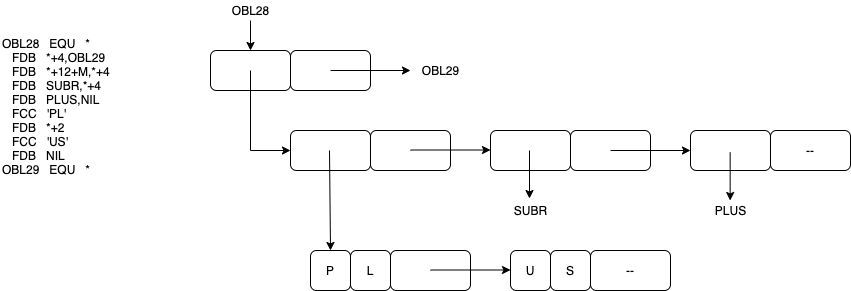
guitarvydas/guitarvydas.github.io keeps this draw.io diagram as assets/2021-08-11-PLUS-Cell Diagram.png. Above is the earlier version. Source tidied: cells renumbered, new cells last; positions are measured from the earlier drawing's top-left corner, leaving out a move shared by most shapes. Its diagram source:
```xml
<mxGraphModel>
  <root>
    <mxCell id="0" />
    <mxCell id="1" parent="0" />
    <mxCell id="2" style="rounded=1;whiteSpace=wrap;html=1;" parent="1" vertex="1">
      <mxGeometry x="210" y="50" width="80" height="40" as="geometry" />
    </mxCell>
    <mxCell id="3" style="rounded=1;whiteSpace=wrap;html=1;" parent="1" vertex="1">
      <mxGeometry x="290" y="50" width="80" height="40" as="geometry" />
    </mxCell>
    <mxCell id="4" value="OBL28   EQU   *&#10;   FDB   *+4,OBL29&#10;   FDB   *+12+M,*+4&#10;   FDB   SUBR,*+4&#10;   FDB   PLUS,NIL&#10;   FCC   'PL'&#10;   FDB   *+2&#10;   FCC   'US'&#10;   FDB   NIL&#10;OBL29   EQU   *" style="text;whiteSpace=wrap;html=1;" parent="1" vertex="1">
      <mxGeometry y="30" width="130" height="160" as="geometry" />
    </mxCell>
    <mxCell id="5" style="edgeStyle=orthogonalEdgeStyle;rounded=0;jettySize=auto;html=1;exitX=0.5;exitY=0.5;exitDx=0;exitDy=0;exitPerimeter=0;entryX=0;entryY=0.5;entryDx=0;entryDy=0;" parent="1" edge="1" source="2" target="21">
      <mxGeometry relative="1" as="geometry">
        <Array as="points">
          <mxPoint x="250" y="150" />
        </Array>
      </mxGeometry>
    </mxCell>
    <mxCell id="6" style="edgeStyle=orthogonalEdgeStyle;rounded=0;jettySize=auto;html=1;exitX=0.5;exitY=0.5;exitDx=0;exitDy=0;exitPerimeter=0;" parent="1" edge="1" source="3">
      <mxGeometry relative="1" as="geometry">
        <mxPoint x="410" y="70" as="targetPoint" />
      </mxGeometry>
    </mxCell>
    <mxCell id="7" value="P" style="rounded=1;whiteSpace=wrap;html=1;" parent="1" vertex="1">
      <mxGeometry x="310" y="250" width="40" height="40" as="geometry" />
    </mxCell>
    <mxCell id="8" style="rounded=1;whiteSpace=wrap;html=1;" parent="1" vertex="1">
      <mxGeometry x="390" y="250" width="80" height="40" as="geometry" />
    </mxCell>
    <mxCell id="9" style="rounded=1;whiteSpace=wrap;html=1;" parent="1" vertex="1">
      <mxGeometry x="490" y="130" width="80" height="40" as="geometry" />
    </mxCell>
    <mxCell id="10" style="rounded=1;whiteSpace=wrap;html=1;" parent="1" vertex="1">
      <mxGeometry x="570" y="130" width="80" height="40" as="geometry" />
    </mxCell>
    <mxCell id="11" value="OBL29" style="text;html=1;align=center;verticalAlign=middle;strokeColor=none;" parent="1" vertex="1">
      <mxGeometry x="415" y="60" width="50" height="20" as="geometry" />
    </mxCell>
    <mxCell id="12" style="edgeStyle=orthogonalEdgeStyle;rounded=0;jettySize=auto;html=1;" parent="1" edge="1" source="13" target="2">
      <mxGeometry relative="1" as="geometry" />
    </mxCell>
    <mxCell id="13" value="OBL28" style="text;html=1;align=center;verticalAlign=middle;points=[];strokeColor=none;" parent="1" vertex="1">
      <mxGeometry x="225" width="50" height="20" as="geometry" />
    </mxCell>
    <mxCell id="14" style="rounded=1;whiteSpace=wrap;html=1;" parent="1" vertex="1">
      <mxGeometry x="690" y="130" width="80" height="40" as="geometry" />
    </mxCell>
    <mxCell id="15" value="--" style="rounded=1;whiteSpace=wrap;html=1;" parent="1" vertex="1">
      <mxGeometry x="770" y="130" width="80" height="40" as="geometry" />
    </mxCell>
    <mxCell id="16" style="endArrow=classic;html=1;entryX=0;entryY=0.5;entryDx=0;entryDy=0;exitX=0.5;exitY=0.5;exitDx=0;exitDy=0;exitPerimeter=0;" parent="1" edge="1" source="10" target="14">
      <mxGeometry relative="1" as="geometry" />
    </mxCell>
    <mxCell id="17" value="SUBR" style="text;html=1;align=center;verticalAlign=middle;points=[];strokeColor=none;" parent="1" vertex="1">
      <mxGeometry x="505" y="200" width="50" height="20" as="geometry" />
    </mxCell>
    <mxCell id="18" value="PLUS" style="text;html=1;align=center;verticalAlign=middle;strokeColor=none;" parent="1" vertex="1">
      <mxGeometry x="705" y="200" width="50" height="20" as="geometry" />
    </mxCell>
    <mxCell id="19" style="endArrow=classic;html=1;entryX=0.48;entryY=-0.1;entryDx=0;entryDy=0;entryPerimeter=0;" parent="1" edge="1" target="17">
      <mxGeometry relative="1" as="geometry">
        <mxPoint x="529" y="150" as="sourcePoint" />
      </mxGeometry>
    </mxCell>
    <mxCell id="20" style="endArrow=classic;html=1;entryX=0.48;entryY=-0.1;entryDx=0;entryDy=0;entryPerimeter=0;" parent="1" edge="1">
      <mxGeometry relative="1" as="geometry">
        <mxPoint x="729.7" y="152" as="sourcePoint" />
        <mxPoint x="729.7" y="200" as="targetPoint" />
      </mxGeometry>
    </mxCell>
    <mxCell id="21" style="rounded=1;whiteSpace=wrap;html=1;" parent="1" vertex="1">
      <mxGeometry x="290" y="130" width="80" height="40" as="geometry" />
    </mxCell>
    <mxCell id="22" style="rounded=1;whiteSpace=wrap;html=1;" parent="1" vertex="1">
      <mxGeometry x="370" y="130" width="80" height="40" as="geometry" />
    </mxCell>
    <mxCell id="23" style="endArrow=classic;html=1;entryX=0.5;entryY=0;entryDx=0;entryDy=0;" parent="1" edge="1" target="7">
      <mxGeometry relative="1" as="geometry">
        <mxPoint x="329" y="150" as="sourcePoint" />
      </mxGeometry>
    </mxCell>
    <mxCell id="24" style="endArrow=classic;html=1;entryX=0;entryY=0.5;entryDx=0;entryDy=0;exitX=0.5;exitY=0.5;exitDx=0;exitDy=0;exitPerimeter=0;" parent="1" edge="1">
      <mxGeometry relative="1" as="geometry">
        <mxPoint x="410" y="149.5" as="sourcePoint" />
        <mxPoint x="490" y="149.5" as="targetPoint" />
      </mxGeometry>
    </mxCell>
    <mxCell id="25" value="L" style="rounded=1;whiteSpace=wrap;html=1;" parent="1" vertex="1">
      <mxGeometry x="350" y="250" width="40" height="40" as="geometry" />
    </mxCell>
    <mxCell id="26" value="U" style="rounded=1;whiteSpace=wrap;html=1;" parent="1" vertex="1">
      <mxGeometry x="510" y="250" width="40" height="40" as="geometry" />
    </mxCell>
    <mxCell id="27" value="--" style="rounded=1;whiteSpace=wrap;html=1;" parent="1" vertex="1">
      <mxGeometry x="590" y="250" width="80" height="40" as="geometry" />
    </mxCell>
    <mxCell id="28" value="S" style="rounded=1;whiteSpace=wrap;html=1;" parent="1" vertex="1">
      <mxGeometry x="550" y="250" width="40" height="40" as="geometry" />
    </mxCell>
    <mxCell id="29" style="endArrow=classic;html=1;entryX=0;entryY=0.5;entryDx=0;entryDy=0;exitX=0.5;exitY=0.5;exitDx=0;exitDy=0;exitPerimeter=0;" parent="1" edge="1">
      <mxGeometry relative="1" as="geometry">
        <mxPoint x="430" y="269.5" as="sourcePoint" />
        <mxPoint x="510" y="269.5" as="targetPoint" />
      </mxGeometry>
    </mxCell>
  </root>
</mxGraphModel>
```
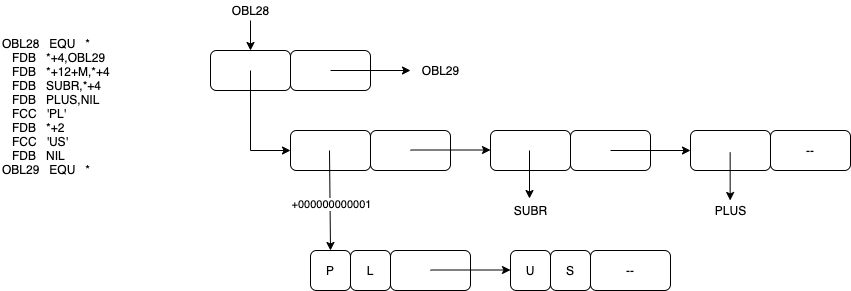
After the change.

Diff of the diagram source:
```diff
@@ -81,6 +81,9 @@
         <mxPoint x="329" y="150" as="sourcePoint" />
       </mxGeometry>
     </mxCell>
+    <mxCell id="30" value="+000000000001" style="edgeLabel;html=1;align=center;verticalAlign=middle;" parent="23" vertex="1">
+      <mxGeometry x="0.08" y="1" relative="1" as="geometry" />
+    </mxCell>
     <mxCell id="24" style="endArrow=classic;html=1;entryX=0;entryY=0.5;entryDx=0;entryDy=0;exitX=0.5;exitY=0.5;exitDx=0;exitDy=0;exitPerimeter=0;" parent="1" edge="1">
       <mxGeometry relative="1" as="geometry">
         <mxPoint x="410" y="149.5" as="sourcePoint" />
```
